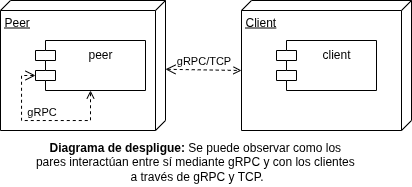
Earlier version of the draw.io export docs/DiagramaDeDespliegue.png (rafaelputaro/tp7561). Source tidied: cells renumbered, new cells last; positions are measured from the earlier drawing's top-left corner, leaving out a move shared by most shapes.
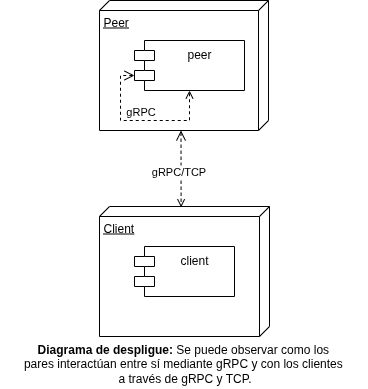
After the commit.

Diff of the diagram source:
```diff
@@ -3,33 +3,31 @@
     <mxCell id="0" />
     <mxCell id="1" parent="0" />
     <mxCell id="2" value="Peer" style="verticalAlign=top;align=left;spacingTop=8;spacingLeft=2;spacingRight=12;shape=cube;size=10;direction=south;fontStyle=4;html=1;whiteSpace=wrap;" parent="1" vertex="1">
-      <mxGeometry width="165" height="130" as="geometry" />
+      <mxGeometry x="73" y="-25" width="169" height="130" as="geometry" />
     </mxCell>
     <mxCell id="3" value="peer" style="shape=module;align=left;spacingLeft=20;align=center;verticalAlign=top;whiteSpace=wrap;html=1;" parent="1" vertex="1">
-      <mxGeometry x="35" y="40" width="110" height="50" as="geometry" />
+      <mxGeometry x="108" y="15" width="110" height="50" as="geometry" />
     </mxCell>
     <mxCell id="4" value="Client" style="verticalAlign=top;align=left;spacingTop=8;spacingLeft=2;spacingRight=12;shape=cube;size=10;direction=south;fontStyle=4;html=1;whiteSpace=wrap;" parent="1" vertex="1">
-      <mxGeometry x="241" width="170" height="130" as="geometry" />
+      <mxGeometry x="73" y="181" width="170" height="130" as="geometry" />
     </mxCell>
     <mxCell id="5" value="client" style="shape=module;align=left;spacingLeft=20;align=center;verticalAlign=top;whiteSpace=wrap;html=1;" parent="1" vertex="1">
-      <mxGeometry x="276" y="40" width="100" height="50" as="geometry" />
+      <mxGeometry x="108" y="221" width="100" height="50" as="geometry" />
     </mxCell>
-    <mxCell id="6" value="gRPC/TCP" style="html=1;verticalAlign=bottom;startArrow=open;startFill=0;endArrow=open;startSize=8;curved=0;rounded=0;exitX=0.529;exitY=0;exitDx=0;exitDy=0;exitPerimeter=0;dashed=1;endFill=0;" parent="1" edge="1" source="2">
-      <mxGeometry relative="1" as="geometry">
-        <mxPoint x="241" y="70" as="targetPoint" />
-      </mxGeometry>
+    <mxCell id="6" value="gRPC/TCP" style="html=1;verticalAlign=bottom;startArrow=open;startFill=0;endArrow=open;startSize=8;curved=0;rounded=0;dashed=1;endFill=0;exitX=0;exitY=0;exitDx=130;exitDy=87.5;exitPerimeter=0;entryX=0.006;entryY=0.52;entryDx=0;entryDy=0;entryPerimeter=0;" parent="1" edge="1" source="2" target="4">
+      <mxGeometry x="0.3" y="-3" relative="1" as="geometry" />
     </mxCell>
     <mxCell id="7" value="gRPC" style="html=1;verticalAlign=bottom;startArrow=open;startFill=0;endArrow=open;startSize=8;rounded=0;entryX=0.5;entryY=1;entryDx=0;entryDy=0;dashed=1;endFill=0;edgeStyle=orthogonalEdgeStyle;exitX=0;exitY=0;exitDx=0;exitDy=35;exitPerimeter=0;" parent="1" edge="1" source="3" target="3">
       <mxGeometry relative="1" as="geometry">
         <Array as="points">
-          <mxPoint x="21" y="75" />
-          <mxPoint x="21" y="120" />
-          <mxPoint x="90" y="120" />
+          <mxPoint x="94" y="50" />
+          <mxPoint x="94" y="95" />
+          <mxPoint x="163" y="95" />
         </Array>
       </mxGeometry>
     </mxCell>
     <mxCell id="8" value="&lt;div style=&quot;&quot;&gt;&lt;span style=&quot;font-family: Arial; background-color: transparent; color: light-dark(rgb(0, 0, 0), rgb(255, 255, 255));&quot;&gt;Diagrama de despligue: &lt;span style=&quot;font-weight: normal;&quot;&gt;Se puede observar como los&amp;nbsp;&lt;/span&gt;&lt;/span&gt;&lt;/div&gt;&lt;div style=&quot;&quot;&gt;&lt;font style=&quot;font-weight: normal;&quot; face=&quot;Arial&quot;&gt;pares interactúan entre sí mediante gRPC y con los clientes&amp;nbsp;&lt;/font&gt;&lt;/div&gt;&lt;div style=&quot;&quot;&gt;&lt;font style=&quot;font-weight: normal;&quot; face=&quot;Arial&quot;&gt;a través de gRPC y TCP.&lt;/font&gt;&lt;/div&gt;" style="text;align=center;fontStyle=1;verticalAlign=middle;spacingLeft=3;spacingRight=3;strokeColor=none;html=1;" parent="1" vertex="1">
-      <mxGeometry x="12" y="136" width="368" height="50" as="geometry" />
+      <mxGeometry x="-26" y="313" width="368" height="50" as="geometry" />
     </mxCell>
   </root>
 </mxGraphModel>
```
